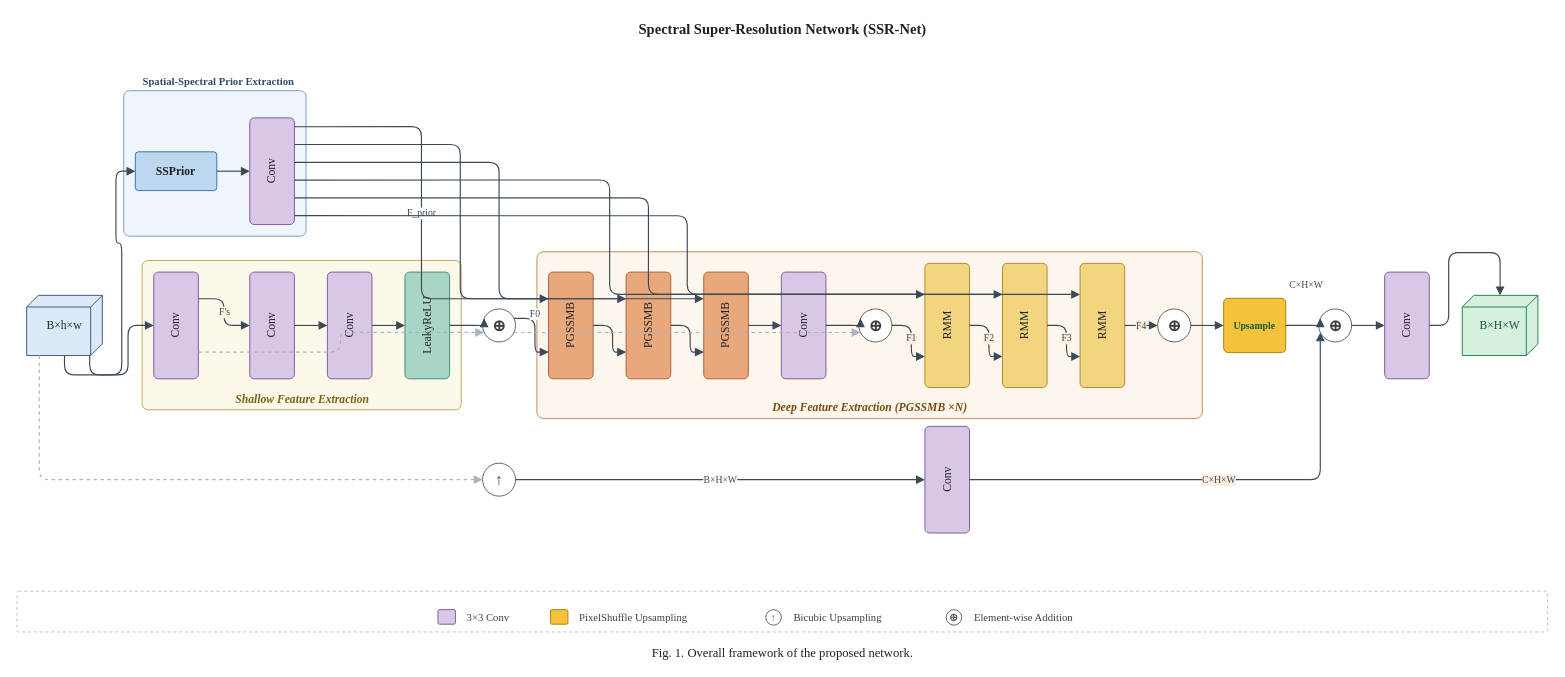
luesther655-dotcom/ccfa-arch-diagram keeps this draw.io diagram as examples/pipeline_zoom.drawio. Above is the earlier version. Source tidied: cells renumbered, new cells numbered last; positions are measured from the earlier drawing's top-left corner, leaving out a move shared by most shapes. Both pictures are drawn from the tidied source at 97%, with x=0, y=0 at pixel (16, 16).
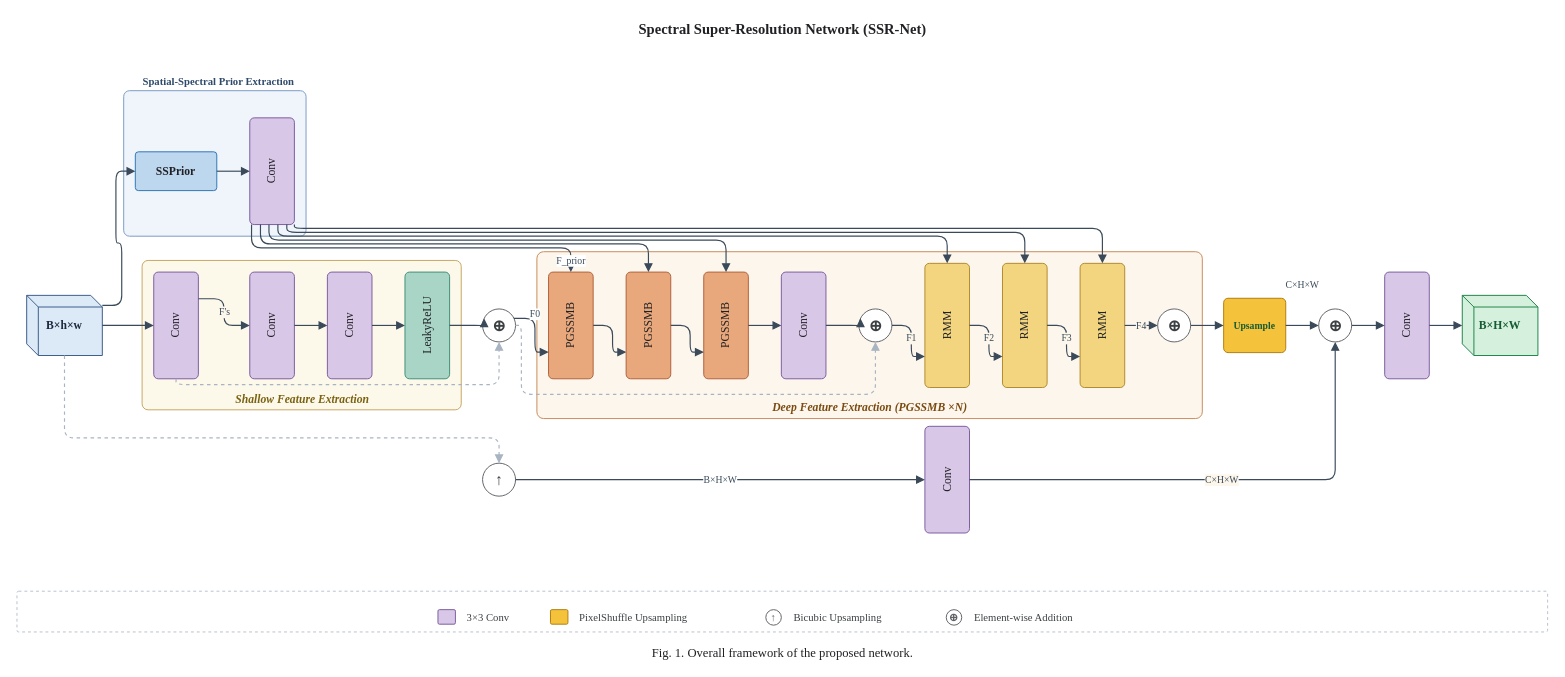
The same diagram, later.

Unchanged cells that the change refers to:
```xml
<mxCell id="10" value="Conv" style="rounded=1;arcSize=10;spacing=3;horizontal=0;whiteSpace=wrap;html=1;fillColor=#D9C7E8;strokeColor=#7A5C9E;fontColor=#202124;fontFamily=Times New Roman;fontSize=12;verticalAlign=middle;align=center;" parent="1" vertex="1">
  <mxGeometry x="240" y="104" width="46" height="110" as="geometry" />
</mxCell>
<mxCell id="11" value="Conv" style="rounded=1;arcSize=10;spacing=3;horizontal=0;whiteSpace=wrap;html=1;fillColor=#D9C7E8;strokeColor=#7A5C9E;fontColor=#202124;fontFamily=Times New Roman;fontSize=12;verticalAlign=middle;align=center;" parent="1" vertex="1">
  <mxGeometry x="141" y="263" width="46" height="110" as="geometry" />
</mxCell>
<mxCell id="12" value="Conv" style="rounded=1;arcSize=10;spacing=3;horizontal=0;whiteSpace=wrap;html=1;fillColor=#D9C7E8;strokeColor=#7A5C9E;fontColor=#202124;fontFamily=Times New Roman;fontSize=12;verticalAlign=middle;align=center;" parent="1" vertex="1">
  <mxGeometry x="240" y="263" width="46" height="110" as="geometry" />
</mxCell>
<mxCell id="15" value="⊕" style="ellipse;fillColor=#FFFFFF;strokeColor=#5F6368;fontColor=#3C4043;fontFamily=Times New Roman;fontSize=16;fontStyle=1;html=1;verticalAlign=middle;align=center;" parent="1" vertex="1">
  <mxGeometry x="480" y="301" width="34" height="34" as="geometry" />
</mxCell>
<mxCell id="16" value="PGSSMB" style="rounded=1;arcSize=10;spacing=3;horizontal=0;whiteSpace=wrap;html=1;fillColor=#E8A87C;strokeColor=#B0603A;fontColor=#202124;fontFamily=Times New Roman;fontSize=12;verticalAlign=middle;align=center;" parent="1" vertex="1">
  <mxGeometry x="548" y="263" width="46" height="110" as="geometry" />
</mxCell>
<mxCell id="17" value="PGSSMB" style="rounded=1;arcSize=10;spacing=3;horizontal=0;whiteSpace=wrap;html=1;fillColor=#E8A87C;strokeColor=#B0603A;fontColor=#202124;fontFamily=Times New Roman;fontSize=12;verticalAlign=middle;align=center;" parent="1" vertex="1">
  <mxGeometry x="628" y="263" width="46" height="110" as="geometry" />
</mxCell>
<mxCell id="18" value="PGSSMB" style="rounded=1;arcSize=10;spacing=3;horizontal=0;whiteSpace=wrap;html=1;fillColor=#E8A87C;strokeColor=#B0603A;fontColor=#202124;fontFamily=Times New Roman;fontSize=12;verticalAlign=middle;align=center;" parent="1" vertex="1">
  <mxGeometry x="708" y="263" width="46" height="110" as="geometry" />
</mxCell>
<mxCell id="20" value="⊕" style="ellipse;fillColor=#FFFFFF;strokeColor=#5F6368;fontColor=#3C4043;fontFamily=Times New Roman;fontSize=16;fontStyle=1;html=1;verticalAlign=middle;align=center;" parent="1" vertex="1">
  <mxGeometry x="868" y="301" width="34" height="34" as="geometry" />
</mxCell>
<mxCell id="21" value="RMM" style="rounded=1;arcSize=10;spacing=3;horizontal=0;whiteSpace=wrap;html=1;fillColor=#F2D57E;strokeColor=#B08A2E;fontColor=#202124;fontFamily=Times New Roman;fontSize=12;verticalAlign=middle;align=center;" parent="1" vertex="1">
  <mxGeometry x="936" y="254" width="46" height="128" as="geometry" />
</mxCell>
<mxCell id="22" value="RMM" style="rounded=1;arcSize=10;spacing=3;horizontal=0;whiteSpace=wrap;html=1;fillColor=#F2D57E;strokeColor=#B08A2E;fontColor=#202124;fontFamily=Times New Roman;fontSize=12;verticalAlign=middle;align=center;" parent="1" vertex="1">
  <mxGeometry x="1016" y="254" width="46" height="128" as="geometry" />
</mxCell>
<mxCell id="23" value="RMM" style="rounded=1;arcSize=10;spacing=3;horizontal=0;whiteSpace=wrap;html=1;fillColor=#F2D57E;strokeColor=#B08A2E;fontColor=#202124;fontFamily=Times New Roman;fontSize=12;verticalAlign=middle;align=center;" parent="1" vertex="1">
  <mxGeometry x="1096" y="254" width="46" height="128" as="geometry" />
</mxCell>
<mxCell id="24" value="⊕" style="ellipse;fillColor=#FFFFFF;strokeColor=#5F6368;fontColor=#3C4043;fontFamily=Times New Roman;fontSize=16;fontStyle=1;html=1;verticalAlign=middle;align=center;" parent="1" vertex="1">
  <mxGeometry x="1176" y="301" width="34" height="34" as="geometry" />
</mxCell>
<mxCell id="25" value="Upsample" style="rounded=1;arcSize=8;spacing=4;whiteSpace=wrap;html=1;fillColor=#F5C33B;strokeColor=#B07E10;fontColor=#145A32;fontFamily=Times New Roman;fontSize=10;fontStyle=1;verticalAlign=middle;align=center;" parent="1" vertex="1">
  <mxGeometry x="1244" y="290" width="64" height="56" as="geometry" />
</mxCell>
<mxCell id="26" value="⊕" style="ellipse;fillColor=#FFFFFF;strokeColor=#5F6368;fontColor=#3C4043;fontFamily=Times New Roman;fontSize=16;fontStyle=1;html=1;verticalAlign=middle;align=center;" parent="1" vertex="1">
  <mxGeometry x="1342" y="301" width="34" height="34" as="geometry" />
</mxCell>
<mxCell id="29" value="↑" style="ellipse;fillColor=#FFFFFF;strokeColor=#5F6368;fontColor=#3C4043;fontFamily=Times New Roman;fontSize=16;fontStyle=1;html=1;verticalAlign=middle;align=center;" parent="1" vertex="1">
  <mxGeometry x="480" y="460" width="34" height="34" as="geometry" />
</mxCell>
<mxCell id="30" value="Conv" style="rounded=1;arcSize=10;spacing=3;horizontal=0;whiteSpace=wrap;html=1;fillColor=#D9C7E8;strokeColor=#7A5C9E;fontColor=#202124;fontFamily=Times New Roman;fontSize=12;verticalAlign=middle;align=center;" parent="1" vertex="1">
  <mxGeometry x="936" y="422" width="46" height="110" as="geometry" />
</mxCell>
```

The edit, as a diff of the source:
```diff
@@
-    <mxCell id="8" value="B×h×w" style="shape=cube;size=12;direction=south;spacing=4;whiteSpace=wrap;html=1;fillColor=#DCE9F7;strokeColor=#3A5A8A;fontColor=#1B2A3B;fontFamily=Times New Roman;fontSize=12;verticalAlign=middle;align=center;" parent="1" vertex="1">
+    <mxCell id="8" value="B×h×w" style="shape=cube;size=12;spacing=4;whiteSpace=wrap;html=1;fillColor=#DCE9F7;strokeColor=#3A5A8A;fontColor=#1B2A3B;fontFamily=Times New Roman;fontSize=12;verticalAlign=middle;align=center;fontStyle=1;" parent="1" vertex="1">
       <mxGeometry x="10" y="287" width="78" height="62" as="geometry" />
     </mxCell>
@@
-    <mxCell id="28" value="B×H×W" style="shape=cube;size=12;direction=south;spacing=4;whiteSpace=wrap;html=1;fillColor=#D5F0DC;strokeColor=#1E8449;fontColor=#145A32;fontFamily=Times New Roman;fontSize=12;verticalAlign=middle;align=center;" parent="1" vertex="1">
+    <mxCell id="28" value="B×H×W" style="shape=cube;size=12;spacing=4;whiteSpace=wrap;html=1;fillColor=#D5F0DC;strokeColor=#1E8449;fontColor=#145A32;fontFamily=Times New Roman;fontSize=12;verticalAlign=middle;align=center;fontStyle=1;" parent="1" vertex="1">
       <mxGeometry x="1490" y="287" width="78" height="62" as="geometry" />
     </mxCell>
@@
-    <mxCell id="34" value="F's" style="edgeStyle=orthogonalEdgeStyle;rounded=1;jettySize=auto;html=1;strokeColor=#3A4A5A;strokeWidth=1.2;endArrow=block;endFill=1;exitX=1;exitY=0.250;exitDx=0;exitDy=0;entryX=0;entryY=0.500;entryDx=0;entryDy=0;fontSize=10;fontColor=#3A4A5A;fontFamily=Times New Roman;labelBackgroundColor=#FBF3DC;" parent="1" edge="1" source="11" target="12">
+    <mxCell id="34" value="F's" style="edgeStyle=orthogonalEdgeStyle;rounded=1;jettySize=auto;html=1;strokeColor=#3A4A5A;strokeWidth=1.2;endArrow=block;endFill=1;exitX=1;exitY=0.250;exitDx=0;exitDy=0;entryX=0;entryY=0.500;entryDx=0;entryDy=0;fontSize=10;fontColor=#3A4A5A;fontFamily=Times New Roman;labelBackgroundColor=#FCF7EA;" parent="1" edge="1" source="11" target="12">
       <mxGeometry relative="1" as="geometry" />
     </mxCell>
@@
-    <mxCell id="38" style="edgeStyle=orthogonalEdgeStyle;rounded=1;jettySize=auto;html=1;strokeColor=#A8B4C2;strokeWidth=1.2;dashed=1;endArrow=block;endFill=1;exitX=1;exitY=0.750;exitDx=0;exitDy=0;entryX=0;entryY=0.750;entryDx=0;entryDy=0;fontSize=10;fontColor=#A8B4C2;fontFamily=Times New Roman;labelBackgroundColor=#FFFFFF;" parent="1" edge="1" source="11" target="15">
-      <mxGeometry relative="1" as="geometry" />
+    <mxCell id="38" style="edgeStyle=orthogonalEdgeStyle;rounded=1;jettySize=auto;html=1;strokeColor=#A8B4C2;strokeWidth=1.2;dashed=1;endArrow=block;endFill=1;fontSize=10;fontColor=#A8B4C2;fontFamily=Times New Roman;labelBackgroundColor=#FFFFFF;exitX=0.5;exitY=1;exitDx=0;exitDy=0;entryX=0.5;entryY=1;entryDx=0;entryDy=0;" parent="1" edge="1" source="11" target="15">
+      <mxGeometry relative="1" as="geometry">
+        <Array as="points">
+          <mxPoint x="164" y="379" />
+          <mxPoint x="497" y="379" />
+        </Array>
+      </mxGeometry>
     </mxCell>
@@
-    <mxCell id="44" style="edgeStyle=orthogonalEdgeStyle;rounded=1;jettySize=auto;html=1;strokeColor=#A8B4C2;strokeWidth=1.2;dashed=1;endArrow=block;endFill=1;exitX=1;exitY=0.750;exitDx=0;exitDy=0;entryX=0;entryY=0.750;entryDx=0;entryDy=0;fontSize=10;fontColor=#A8B4C2;fontFamily=Times New Roman;labelBackgroundColor=#FFFFFF;" parent="1" edge="1" source="15" target="20">
-      <mxGeometry relative="1" as="geometry" />
+    <mxCell id="44" style="edgeStyle=orthogonalEdgeStyle;rounded=1;jettySize=auto;html=1;strokeColor=#A8B4C2;strokeWidth=1.2;dashed=1;endArrow=block;endFill=1;fontSize=10;fontColor=#A8B4C2;fontFamily=Times New Roman;labelBackgroundColor=#FFFFFF;exitX=1;exitY=0.5;exitDx=0;exitDy=0;entryX=0.5;entryY=1;entryDx=0;entryDy=0;" parent="1" edge="1" source="15" target="20">
+      <mxGeometry relative="1" as="geometry">
+        <Array as="points">
+          <mxPoint x="520" y="318" />
+          <mxPoint x="520" y="389" />
+          <mxPoint x="885" y="389" />
+        </Array>
+      </mxGeometry>
     </mxCell>
-    <mxCell id="45" value="F_prior" style="edgeStyle=orthogonalEdgeStyle;rounded=1;jettySize=auto;html=1;strokeColor=#3A4A5A;strokeWidth=1.2;endArrow=block;endFill=1;exitX=1;exitY=0.083;exitDx=0;exitDy=0;entryX=0;entryY=0.250;entryDx=0;entryDy=0;fontSize=10;fontColor=#3A4A5A;fontFamily=Times New Roman;labelBackgroundColor=#FFFFFF;" parent="1" edge="1" source="10" target="16">
-      <mxGeometry relative="1" as="geometry" />
+    <mxCell id="45" value="F_prior" style="edgeStyle=orthogonalEdgeStyle;rounded=1;jettySize=auto;html=1;strokeColor=#3A4A5A;strokeWidth=1.2;endArrow=block;endFill=1;fontSize=10;fontColor=#3A4A5A;fontFamily=Times New Roman;labelBackgroundColor=#FFFFFF;exitX=0.04;exitY=1;exitDx=0;exitDy=0;entryX=0.5;entryY=0;entryDx=0;entryDy=0;" parent="1" edge="1" source="10" target="16">
+      <mxGeometry relative="1" as="geometry">
+        <Array as="points">
+          <mxPoint x="242" y="238" />
+          <mxPoint x="571" y="238" />
+        </Array>
+        <mxPoint x="164" y="12.5" as="offset" />
+      </mxGeometry>
     </mxCell>
-    <mxCell id="46" style="edgeStyle=orthogonalEdgeStyle;rounded=1;jettySize=auto;html=1;strokeColor=#3A4A5A;strokeWidth=1.2;endArrow=block;endFill=1;exitX=1;exitY=0.250;exitDx=0;exitDy=0;entryX=0;entryY=0.250;entryDx=0;entryDy=0;fontSize=10;fontColor=#3A4A5A;fontFamily=Times New Roman;labelBackgroundColor=#FFFFFF;" parent="1" edge="1" source="10" target="17">
-      <mxGeometry relative="1" as="geometry" />
+    <mxCell id="46" style="edgeStyle=orthogonalEdgeStyle;rounded=1;jettySize=auto;html=1;strokeColor=#3A4A5A;strokeWidth=1.2;endArrow=block;endFill=1;fontSize=10;fontColor=#3A4A5A;fontFamily=Times New Roman;labelBackgroundColor=#FFFFFF;exitX=0.24;exitY=1;exitDx=0;exitDy=0;entryX=0.5;entryY=0;entryDx=0;entryDy=0;" parent="1" edge="1" source="10" target="17">
+      <mxGeometry relative="1" as="geometry">
+        <Array as="points">
+          <mxPoint x="251" y="234" />
+          <mxPoint x="651" y="234" />
+        </Array>
+      </mxGeometry>
     </mxCell>
-    <mxCell id="47" style="edgeStyle=orthogonalEdgeStyle;rounded=1;jettySize=auto;html=1;strokeColor=#3A4A5A;strokeWidth=1.2;endArrow=block;endFill=1;exitX=1;exitY=0.417;exitDx=0;exitDy=0;entryX=0;entryY=0.250;entryDx=0;entryDy=0;fontSize=10;fontColor=#3A4A5A;fontFamily=Times New Roman;labelBackgroundColor=#FFFFFF;" parent="1" edge="1" source="10" target="18">
-      <mxGeometry relative="1" as="geometry" />
+    <mxCell id="47" style="edgeStyle=orthogonalEdgeStyle;rounded=1;jettySize=auto;html=1;strokeColor=#3A4A5A;strokeWidth=1.2;endArrow=block;endFill=1;fontSize=10;fontColor=#3A4A5A;fontFamily=Times New Roman;labelBackgroundColor=#FFFFFF;exitX=0.43;exitY=1;exitDx=0;exitDy=0;entryX=0.5;entryY=0;entryDx=0;entryDy=0;" parent="1" edge="1" source="10" target="18">
+      <mxGeometry relative="1" as="geometry">
+        <Array as="points">
+          <mxPoint x="260" y="230" />
+          <mxPoint x="731" y="230" />
+        </Array>
+      </mxGeometry>
     </mxCell>
-    <mxCell id="48" value="F1" style="edgeStyle=orthogonalEdgeStyle;rounded=1;jettySize=auto;html=1;strokeColor=#3A4A5A;strokeWidth=1.2;endArrow=block;endFill=1;exitX=1;exitY=0.500;exitDx=0;exitDy=0;entryX=0;entryY=0.750;entryDx=0;entryDy=0;fontSize=10;fontColor=#3A4A5A;fontFamily=Times New Roman;labelBackgroundColor=#FBEFDC;" parent="1" edge="1" source="20" target="21">
+    <mxCell id="48" value="F1" style="edgeStyle=orthogonalEdgeStyle;rounded=1;jettySize=auto;html=1;strokeColor=#3A4A5A;strokeWidth=1.2;endArrow=block;endFill=1;exitX=1;exitY=0.500;exitDx=0;exitDy=0;entryX=0;entryY=0.750;entryDx=0;entryDy=0;fontSize=10;fontColor=#3A4A5A;fontFamily=Times New Roman;labelBackgroundColor=#FCF6EB;" parent="1" edge="1" source="20" target="21">
       <mxGeometry relative="1" as="geometry" />
     </mxCell>
-    <mxCell id="49" value="F2" style="edgeStyle=orthogonalEdgeStyle;rounded=1;jettySize=auto;html=1;strokeColor=#3A4A5A;strokeWidth=1.2;endArrow=block;endFill=1;exitX=1;exitY=0.500;exitDx=0;exitDy=0;entryX=0;entryY=0.750;entryDx=0;entryDy=0;fontSize=10;fontColor=#3A4A5A;fontFamily=Times New Roman;labelBackgroundColor=#FBEFDC;" parent="1" edge="1" source="21" target="22">
+    <mxCell id="49" value="F2" style="edgeStyle=orthogonalEdgeStyle;rounded=1;jettySize=auto;html=1;strokeColor=#3A4A5A;strokeWidth=1.2;endArrow=block;endFill=1;exitX=1;exitY=0.500;exitDx=0;exitDy=0;entryX=0;entryY=0.750;entryDx=0;entryDy=0;fontSize=10;fontColor=#3A4A5A;fontFamily=Times New Roman;labelBackgroundColor=#FCF6EB;" parent="1" edge="1" source="21" target="22">
       <mxGeometry relative="1" as="geometry" />
     </mxCell>
-    <mxCell id="50" value="F3" style="edgeStyle=orthogonalEdgeStyle;rounded=1;jettySize=auto;html=1;strokeColor=#3A4A5A;strokeWidth=1.2;endArrow=block;endFill=1;exitX=1;exitY=0.500;exitDx=0;exitDy=0;entryX=0;entryY=0.750;entryDx=0;entryDy=0;fontSize=10;fontColor=#3A4A5A;fontFamily=Times New Roman;labelBackgroundColor=#FBEFDC;" parent="1" edge="1" source="22" target="23">
+    <mxCell id="50" value="F3" style="edgeStyle=orthogonalEdgeStyle;rounded=1;jettySize=auto;html=1;strokeColor=#3A4A5A;strokeWidth=1.2;endArrow=block;endFill=1;exitX=1;exitY=0.500;exitDx=0;exitDy=0;entryX=0;entryY=0.750;entryDx=0;entryDy=0;fontSize=10;fontColor=#3A4A5A;fontFamily=Times New Roman;labelBackgroundColor=#FCF6EB;" parent="1" edge="1" source="22" target="23">
       <mxGeometry relative="1" as="geometry" />
     </mxCell>
-    <mxCell id="51" value="F4" style="edgeStyle=orthogonalEdgeStyle;rounded=1;jettySize=auto;html=1;strokeColor=#3A4A5A;strokeWidth=1.2;endArrow=block;endFill=1;exitX=1;exitY=0.500;exitDx=0;exitDy=0;entryX=0;entryY=0.500;entryDx=0;entryDy=0;fontSize=10;fontColor=#3A4A5A;fontFamily=Times New Roman;labelBackgroundColor=#FBEFDC;" parent="1" edge="1" source="23" target="24">
+    <mxCell id="51" value="F4" style="edgeStyle=orthogonalEdgeStyle;rounded=1;jettySize=auto;html=1;strokeColor=#3A4A5A;strokeWidth=1.2;endArrow=block;endFill=1;exitX=1;exitY=0.500;exitDx=0;exitDy=0;entryX=0;entryY=0.500;entryDx=0;entryDy=0;fontSize=10;fontColor=#3A4A5A;fontFamily=Times New Roman;labelBackgroundColor=#FCF6EB;" parent="1" edge="1" source="23" target="24">
       <mxGeometry relative="1" as="geometry" />
     </mxCell>
-    <mxCell id="52" style="edgeStyle=orthogonalEdgeStyle;rounded=1;jettySize=auto;html=1;strokeColor=#3A4A5A;strokeWidth=1.2;endArrow=block;endFill=1;exitX=1;exitY=0.583;exitDx=0;exitDy=0;entryX=0;entryY=0.250;entryDx=0;entryDy=0;fontSize=10;fontColor=#3A4A5A;fontFamily=Times New Roman;labelBackgroundColor=#FFFFFF;" parent="1" edge="1" source="10" target="21">
-      <mxGeometry relative="1" as="geometry" />
+    <mxCell id="52" style="edgeStyle=orthogonalEdgeStyle;rounded=1;jettySize=auto;html=1;strokeColor=#3A4A5A;strokeWidth=1.2;endArrow=block;endFill=1;fontSize=10;fontColor=#3A4A5A;fontFamily=Times New Roman;labelBackgroundColor=#FFFFFF;exitX=0.63;exitY=1;exitDx=0;exitDy=0;entryX=0.5;entryY=0;entryDx=0;entryDy=0;" parent="1" edge="1" source="10" target="21">
+      <mxGeometry relative="1" as="geometry">
+        <Array as="points">
+          <mxPoint x="269" y="226" />
+          <mxPoint x="959" y="226" />
+        </Array>
+      </mxGeometry>
     </mxCell>
-    <mxCell id="53" style="edgeStyle=orthogonalEdgeStyle;rounded=1;jettySize=auto;html=1;strokeColor=#3A4A5A;strokeWidth=1.2;endArrow=block;endFill=1;exitX=1;exitY=0.750;exitDx=0;exitDy=0;entryX=0;entryY=0.250;entryDx=0;entryDy=0;fontSize=10;fontColor=#3A4A5A;fontFamily=Times New Roman;labelBackgroundColor=#FFFFFF;" parent="1" edge="1" source="10" target="22">
-      <mxGeometry relative="1" as="geometry" />
+    <mxCell id="53" style="edgeStyle=orthogonalEdgeStyle;rounded=1;jettySize=auto;html=1;strokeColor=#3A4A5A;strokeWidth=1.2;endArrow=block;endFill=1;fontSize=10;fontColor=#3A4A5A;fontFamily=Times New Roman;labelBackgroundColor=#FFFFFF;exitX=0.83;exitY=1;exitDx=0;exitDy=0;entryX=0.5;entryY=0;entryDx=0;entryDy=0;" parent="1" edge="1" source="10" target="22">
+      <mxGeometry relative="1" as="geometry">
+        <Array as="points">
+          <mxPoint x="278" y="222" />
+          <mxPoint x="1039" y="222" />
+        </Array>
+      </mxGeometry>
     </mxCell>
-    <mxCell id="54" style="edgeStyle=orthogonalEdgeStyle;rounded=1;jettySize=auto;html=1;strokeColor=#3A4A5A;strokeWidth=1.2;endArrow=block;endFill=1;exitX=1;exitY=0.917;exitDx=0;exitDy=0;entryX=0;entryY=0.250;entryDx=0;entryDy=0;fontSize=10;fontColor=#3A4A5A;fontFamily=Times New Roman;labelBackgroundColor=#FFFFFF;" parent="1" edge="1" source="10" target="23">
-      <mxGeometry relative="1" as="geometry" />
+    <mxCell id="54" style="edgeStyle=orthogonalEdgeStyle;rounded=1;jettySize=auto;html=1;strokeColor=#3A4A5A;strokeWidth=1.2;endArrow=block;endFill=1;fontSize=10;fontColor=#3A4A5A;fontFamily=Times New Roman;labelBackgroundColor=#FFFFFF;exitX=1;exitY=1;exitDx=0;exitDy=0;entryX=0.5;entryY=0;entryDx=0;entryDy=0;" parent="1" edge="1" source="10" target="23">
+      <mxGeometry relative="1" as="geometry">
+        <Array as="points">
+          <mxPoint x="286" y="218" />
+          <mxPoint x="1119" y="218" />
+        </Array>
+      </mxGeometry>
     </mxCell>
@@
-    <mxCell id="56" value="C×H×W" style="edgeStyle=orthogonalEdgeStyle;rounded=1;jettySize=auto;html=1;strokeColor=#3A4A5A;strokeWidth=1.2;endArrow=block;endFill=1;exitX=1;exitY=0.500;exitDx=0;exitDy=0;entryX=0;entryY=0.250;entryDx=0;entryDy=0;fontSize=10;fontColor=#3A4A5A;fontFamily=Times New Roman;labelBackgroundColor=#FFFFFF;" parent="1" edge="1" source="25" target="26">
+    <mxCell id="56" value="C×H×W" style="edgeStyle=orthogonalEdgeStyle;rounded=1;jettySize=auto;html=1;strokeColor=#3A4A5A;strokeWidth=1.2;endArrow=block;endFill=1;fontSize=10;fontColor=#3A4A5A;fontFamily=Times New Roman;labelBackgroundColor=#FFFFFF;exitX=1;exitY=0.5;exitDx=0;exitDy=0;entryX=0;entryY=0.5;entryDx=0;entryDy=0;" parent="1" edge="1" source="25" target="26">
       <mxGeometry relative="1" as="geometry">
         <mxPoint y="-42" as="offset" />
       </mxGeometry>
     </mxCell>
-    <mxCell id="57" style="edgeStyle=orthogonalEdgeStyle;rounded=1;jettySize=auto;html=1;strokeColor=#A8B4C2;strokeWidth=1.2;dashed=1;endArrow=block;endFill=1;exitX=1;exitY=0.833;exitDx=0;exitDy=0;entryX=0;entryY=0.500;entryDx=0;entryDy=0;fontSize=10;fontColor=#A8B4C2;fontFamily=Times New Roman;labelBackgroundColor=#FFFFFF;" parent="1" edge="1" source="8" target="29">
-      <mxGeometry relative="1" as="geometry" />
+    <mxCell id="57" style="edgeStyle=orthogonalEdgeStyle;rounded=1;jettySize=auto;html=1;strokeColor=#A8B4C2;strokeWidth=1.2;dashed=1;endArrow=block;endFill=1;fontSize=10;fontColor=#A8B4C2;fontFamily=Times New Roman;labelBackgroundColor=#FFFFFF;exitX=0.5;exitY=1;exitDx=0;exitDy=0;entryX=0.5;entryY=0;entryDx=0;entryDy=0;" parent="1" edge="1" source="8" target="29">
+      <mxGeometry relative="1" as="geometry">
+        <Array as="points">
+          <mxPoint x="49" y="434" />
+          <mxPoint x="497" y="434" />
+        </Array>
+      </mxGeometry>
     </mxCell>
@@
-    <mxCell id="59" value="C×H×W" style="edgeStyle=orthogonalEdgeStyle;rounded=1;jettySize=auto;html=1;strokeColor=#3A4A5A;strokeWidth=1.2;endArrow=block;endFill=1;exitX=1;exitY=0.500;exitDx=0;exitDy=0;entryX=0;entryY=0.750;entryDx=0;entryDy=0;fontSize=10;fontColor=#3A4A5A;fontFamily=Times New Roman;labelBackgroundColor=#FBEFDC;" parent="1" edge="1" source="30" target="26">
-      <mxGeometry relative="1" as="geometry" />
+    <mxCell id="59" value="C×H×W" style="edgeStyle=orthogonalEdgeStyle;rounded=1;jettySize=auto;html=1;strokeColor=#3A4A5A;strokeWidth=1.2;endArrow=block;endFill=1;fontSize=10;fontColor=#3A4A5A;fontFamily=Times New Roman;labelBackgroundColor=#FCF6EB;exitX=1;exitY=0.5;exitDx=0;exitDy=0;entryX=0.5;entryY=1;entryDx=0;entryDy=0;" parent="1" edge="1" source="30" target="26">
+      <mxGeometry relative="1" as="geometry">
+        <Array as="points">
+          <mxPoint x="1359" y="477" />
+        </Array>
+      </mxGeometry>
     </mxCell>
```
